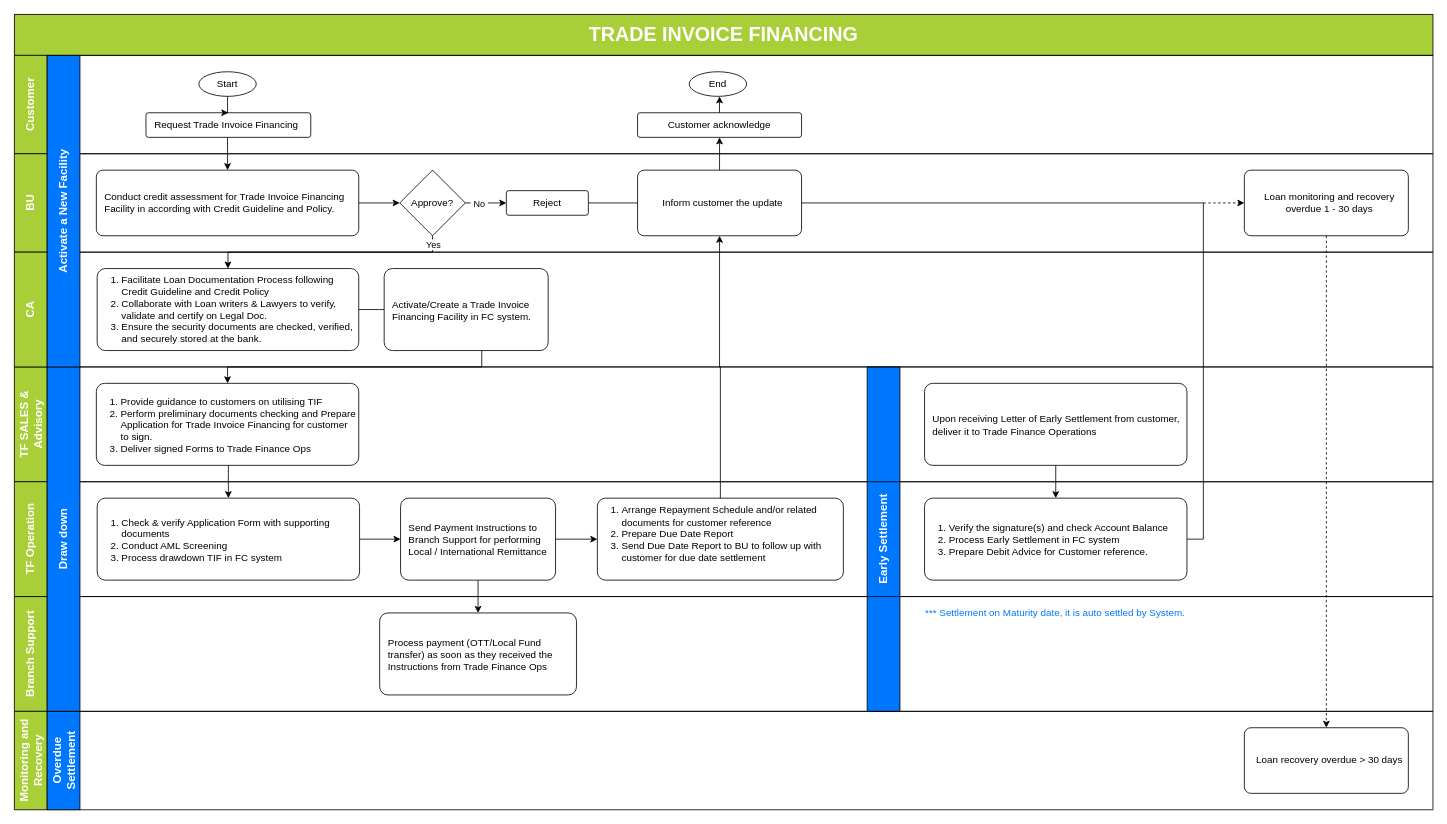
Above: Trade Invoice Financing.drawio in kirikroem/brainleader (draw.io), before the change. Source tidied: cells renumbered, new cells numbered last; positions are measured from the earlier drawing's top-left corner, leaving out a move shared by most shapes. Both pictures are drawn from the tidied source at 82%, with x=0, y=0 at pixel (-109, 14).
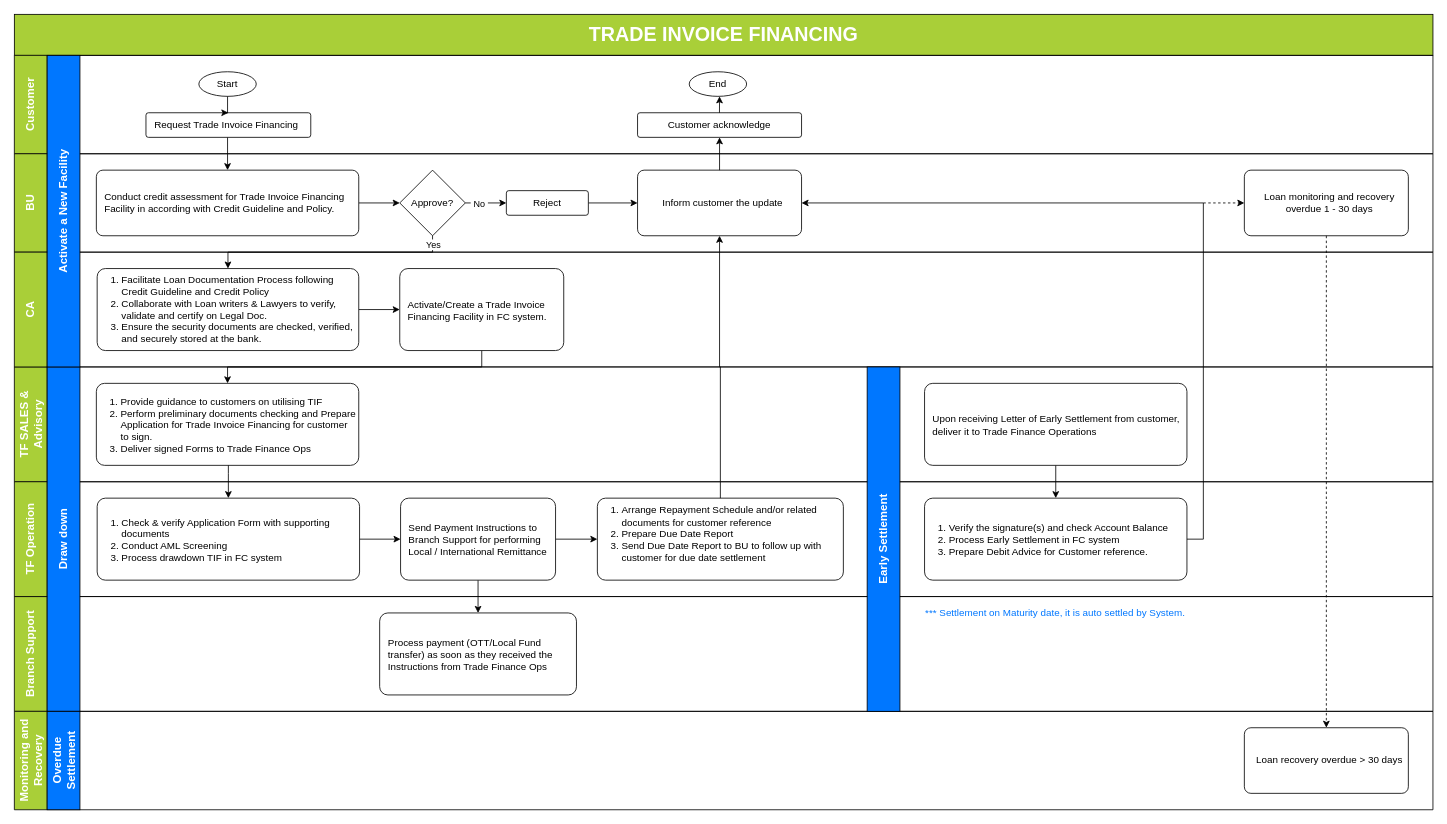
The same diagram, later.

The change refers to these unchanged cells:
```xml
<mxCell id="3" value="&lt;span style=&quot;font-size: 14px;&quot;&gt;Branch Support&lt;/span&gt;" style="swimlane;horizontal=0;whiteSpace=wrap;html=1;startSize=40;fillColor=#A9CF38;fontColor=#FFFFFF;" parent="1" vertex="1">
  <mxGeometry x="150" y="710" width="1730" height="140" as="geometry" />
</mxCell>
<mxCell id="7" value="&lt;span style=&quot;font-size: 14px;&quot;&gt;TF Operation&lt;/span&gt;" style="swimlane;horizontal=0;whiteSpace=wrap;html=1;startSize=40;fillColor=#A9CF38;fontColor=#FFFFFF;" parent="1" vertex="1">
  <mxGeometry x="150" y="570" width="1730" height="140" as="geometry" />
</mxCell>
<mxCell id="11" value="&lt;ol&gt;&lt;li&gt;&lt;span style=&quot;background-color: transparent; color: light-dark(rgb(0, 0, 0), rgb(255, 255, 255));&quot;&gt;Verify the signature(s) and check Account Balance&lt;/span&gt;&lt;/li&gt;&lt;li&gt;&lt;span style=&quot;background-color: transparent; color: light-dark(rgb(0, 0, 0), rgb(255, 255, 255));&quot;&gt;Process Early Settlement in FC system&lt;/span&gt;&lt;/li&gt;&lt;li&gt;&lt;span style=&quot;background-color: transparent; color: light-dark(rgb(0, 0, 0), rgb(255, 255, 255));&quot;&gt;Prepare Debit Advice for Customer reference.&lt;/span&gt;&lt;/li&gt;&lt;/ol&gt;" style="rounded=1;whiteSpace=wrap;html=1;align=left;arcSize=10;strokeOpacity=100;imageHeight=24;imageAspect=1;spacingTop=1;spacingLeft=-12;" parent="7" vertex="1">
  <mxGeometry x="1110" y="20" width="320" height="100" as="geometry" />
</mxCell>
<mxCell id="21" value="&lt;ol&gt;&lt;li&gt;Facilitate Loan Documentation Process following Credit Guideline and Credit Policy&lt;/li&gt;&lt;li&gt;Collaborate with Loan writers &amp;amp; Lawyers to verify, validate and certify on Legal Doc.&lt;/li&gt;&lt;li&gt;Ensure the security documents are checked, verified, and securely stored at the bank.&lt;/li&gt;&lt;/ol&gt;" style="rounded=1;whiteSpace=wrap;html=1;align=left;arcSize=10;spacingLeft=-12;" parent="1" vertex="1">
  <mxGeometry x="251" y="310" width="319" height="100" as="geometry" />
</mxCell>
<mxCell id="23" value="&lt;ol&gt;&lt;li&gt;Provide guidance to customers on utilising TIF&lt;/li&gt;&lt;li&gt;Perform preliminary documents checking and Prepare Application for Trade Invoice Financing for customer to sign.&lt;/li&gt;&lt;li&gt;Deliver signed Forms to Trade Finance Ops&lt;/li&gt;&lt;/ol&gt;" style="rounded=1;whiteSpace=wrap;html=1;align=left;arcSize=10;strokeOpacity=100;imageHeight=24;imageAspect=1;spacingTop=1;spacingLeft=-12;" parent="1" vertex="1">
  <mxGeometry x="250" y="450" width="320" height="100" as="geometry" />
</mxCell>
<mxCell id="35" value="Inform customer the update" style="rounded=1;whiteSpace=wrap;html=1;arcSize=10;spacingTop=0;imageWidth=24;spacingBottom=0;spacingLeft=8;align=center;" parent="31" vertex="1">
  <mxGeometry x="760" y="140" width="200" height="80" as="geometry" />
</mxCell>
<mxCell id="42" value="Reject" style="rounded=1;whiteSpace=wrap;html=1;arcSize=10;" parent="40" vertex="1">
  <mxGeometry x="600" y="45" width="100" height="30" as="geometry" />
</mxCell>
<mxCell id="46" value="&lt;span style=&quot;font-size: 14px;&quot;&gt;CA&lt;/span&gt;" style="swimlane;horizontal=0;whiteSpace=wrap;html=1;startSize=40;fillColor=#A9CF38;fontColor=#FFFFFF;" parent="1" vertex="1">
  <mxGeometry x="150" y="290" width="1730" height="140" as="geometry" />
</mxCell>
```

Change to the diagram source:
```diff
@@
-    <mxCell id="6" value="&lt;span style=&quot;font-size: 14px; font-weight: 700;&quot;&gt;Early Settlement&lt;/span&gt;" style="rounded=0;whiteSpace=wrap;html=1;rotation=-90;fillColor=#0077FF;fontColor=#FFFFFF;" parent="3" vertex="1">
-      <mxGeometry x="850" y="-90" width="420" height="40" as="geometry" />
-    </mxCell>
@@
-    <mxCell id="12" style="edgeStyle=orthogonalEdgeStyle;rounded=0;jettySize=auto;html=1;entryX=1;entryY=0.5;entryDx=0;entryDy=0;" parent="7" edge="1" source="11">
+    <mxCell id="12" style="edgeStyle=orthogonalEdgeStyle;rounded=0;jettySize=auto;html=1;" parent="7" edge="1" source="11">
       <mxGeometry relative="1" as="geometry">
-        <mxPoint x="910" y="-340" as="targetPoint" />
+        <mxPoint x="960" y="-340" as="targetPoint" />
         <Array as="points">
           <mxPoint x="1450" y="70" />
           <mxPoint x="1450" y="-340" />
         </Array>
       </mxGeometry>
     </mxCell>
@@
-    <mxCell id="19" style="edgeStyle=orthogonalEdgeStyle;rounded=0;jettySize=auto;html=1;" parent="1" edge="1" source="42">
-      <mxGeometry relative="1" as="geometry">
-        <mxPoint x="960" y="230" as="targetPoint" />
-      </mxGeometry>
+    <mxCell id="19" style="edgeStyle=orthogonalEdgeStyle;rounded=0;jettySize=auto;html=1;entryX=0;entryY=0.5;entryDx=0;entryDy=0;" parent="1" edge="1" source="42" target="35">
+      <mxGeometry relative="1" as="geometry" />
     </mxCell>
-    <mxCell id="20" style="edgeStyle=orthogonalEdgeStyle;rounded=0;jettySize=auto;html=1;" parent="1" edge="1" source="21">
-      <mxGeometry relative="1" as="geometry">
-        <mxPoint x="620" y="360" as="targetPoint" />
-      </mxGeometry>
+    <mxCell id="20" style="edgeStyle=orthogonalEdgeStyle;rounded=0;jettySize=auto;html=1;entryX=0;entryY=0.5;entryDx=0;entryDy=0;" parent="1" edge="1" source="21" target="47">
+      <mxGeometry relative="1" as="geometry" />
     </mxCell>
@@
-    <mxCell id="22" style="edgeStyle=orthogonalEdgeStyle;rounded=0;jettySize=auto;html=1;entryX=0.5;entryY=0;entryDx=0;entryDy=0;" parent="1" edge="1" source="47" target="23">
+    <mxCell id="22" style="edgeStyle=orthogonalEdgeStyle;rounded=0;jettySize=auto;html=1;entryX=0.5;entryY=0;entryDx=0;entryDy=0;jumpStyle=gap;" parent="1" edge="1" source="47" target="23">
       <mxGeometry relative="1" as="geometry">
         <Array as="points">
           <mxPoint x="720" y="430" />
           <mxPoint x="410" y="430" />
         </Array>
       </mxGeometry>
     </mxCell>
@@
     <mxCell id="47" value="&lt;span style=&quot;background-color: transparent; color: light-dark(rgb(0, 0, 0), rgb(255, 255, 255));&quot;&gt;Activate/Create a Trade Invoice Financing Facility in FC system.&lt;/span&gt;" style="rounded=1;whiteSpace=wrap;html=1;align=left;arcSize=10;strokeOpacity=100;imageHeight=24;imageAspect=1;spacingTop=1;spacingLeft=8;" parent="46" vertex="1">
-      <mxGeometry x="451" y="20" width="200" height="100" as="geometry" />
+      <mxGeometry x="470" y="20" width="200" height="100" as="geometry" />
     </mxCell>
@@
+    <mxCell id="6" value="&lt;span style=&quot;font-size: 14px; font-weight: 700;&quot;&gt;Early Settlement&lt;/span&gt;" style="rounded=0;whiteSpace=wrap;html=1;rotation=-90;fillColor=#0077FF;fontColor=#FFFFFF;" parent="1" vertex="1">
+      <mxGeometry x="1000" y="620" width="420" height="40" as="geometry" />
+    </mxCell>
```
